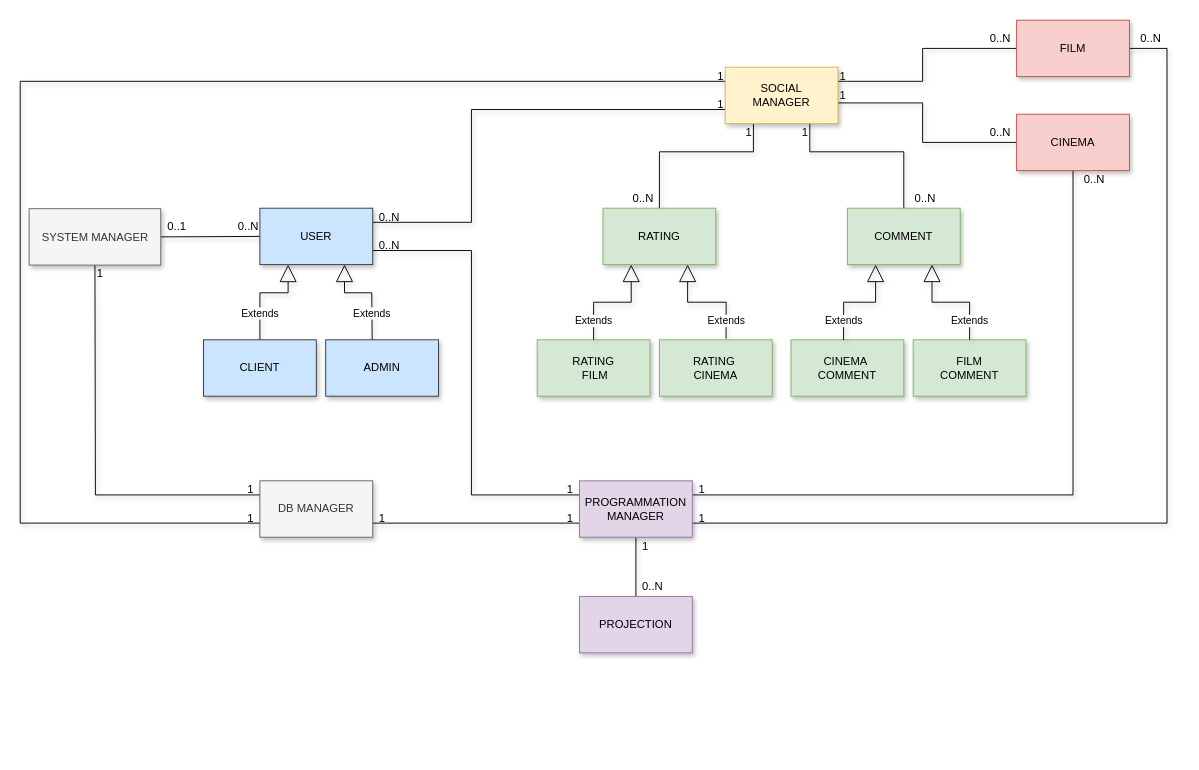
This is Task1/Class diagram.drawio from unipi-fr/LargeScaleMultiStructureDatabases, a draw.io file, before an edit. Source tidied: cells renumbered, new cells numbered last; positions are measured from the earlier drawing's top-left corner, leaving out a move shared by most shapes. Both pictures are drawn from the tidied source at 94%, with x=0, y=0 at pixel (20, 20).
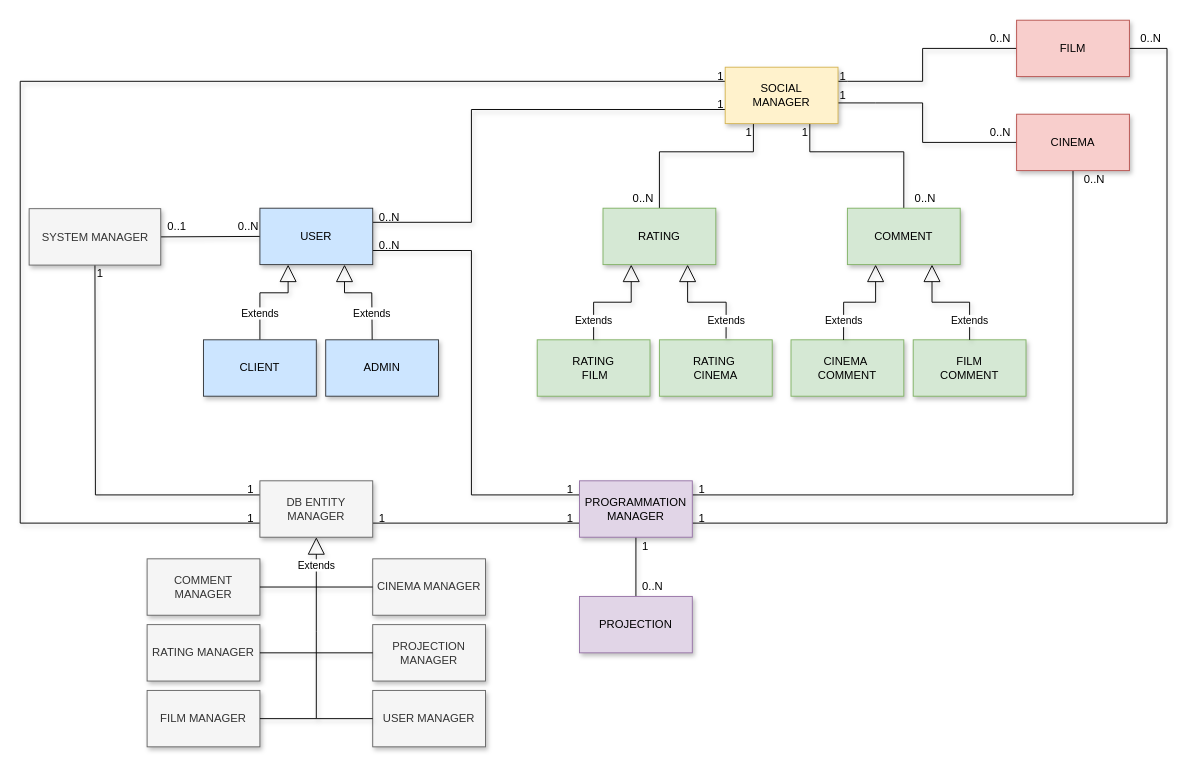
After the change.

Commit message (it also covers changes not shown here):
Modifica diagramma delle classi

The edit, as a diff of the source:
```diff
@@
-    <mxCell id="62" value="DB MANAGER" style="rounded=0;whiteSpace=wrap;html=1;fillColor=#f5f5f5;strokeColor=#666666;shadow=1;fontColor=#333333;" parent="1" vertex="1">
+    <mxCell id="62" value="DB ENTITY MANAGER" style="rounded=0;whiteSpace=wrap;html=1;fillColor=#f5f5f5;strokeColor=#666666;shadow=1;fontColor=#333333;" parent="1" vertex="1">
       <mxGeometry x="255" y="490" width="120" height="60" as="geometry" />
     </mxCell>
+    <mxCell id="63" value="USER MANAGER" style="rounded=0;whiteSpace=wrap;html=1;fillColor=#f5f5f5;strokeColor=#666666;shadow=1;fontColor=#333333;" parent="1" vertex="1">
+      <mxGeometry x="375" y="713" width="120" height="60" as="geometry" />
+    </mxCell>
+    <mxCell id="64" value="RATING MANAGER" style="rounded=0;whiteSpace=wrap;html=1;fillColor=#f5f5f5;strokeColor=#666666;shadow=1;fontColor=#333333;" parent="1" vertex="1">
+      <mxGeometry x="135" y="643" width="120" height="60" as="geometry" />
+    </mxCell>
+    <mxCell id="65" value="COMMENT MANAGER" style="rounded=0;whiteSpace=wrap;html=1;fillColor=#f5f5f5;strokeColor=#666666;shadow=1;fontColor=#333333;" parent="1" vertex="1">
+      <mxGeometry x="135" y="573" width="120" height="60" as="geometry" />
+    </mxCell>
+    <mxCell id="66" value="PROJECTION MANAGER" style="rounded=0;whiteSpace=wrap;html=1;fillColor=#f5f5f5;strokeColor=#666666;shadow=1;fontColor=#333333;" parent="1" vertex="1">
+      <mxGeometry x="375" y="643" width="120" height="60" as="geometry" />
+    </mxCell>
+    <mxCell id="67" value="FILM MANAGER" style="rounded=0;whiteSpace=wrap;html=1;fillColor=#f5f5f5;strokeColor=#666666;shadow=1;fontColor=#333333;" parent="1" vertex="1">
+      <mxGeometry x="135" y="713" width="120" height="60" as="geometry" />
+    </mxCell>
+    <mxCell id="68" value="CINEMA MANAGER" style="rounded=0;whiteSpace=wrap;html=1;fillColor=#f5f5f5;strokeColor=#666666;shadow=1;fontColor=#333333;" parent="1" vertex="1">
+      <mxGeometry x="375" y="573" width="120" height="60" as="geometry" />
+    </mxCell>
+    <mxCell id="69" value="Extends" style="endArrow=block;endSize=16;endFill=0;html=1;entryX=0.5;entryY=1;entryDx=0;entryDy=0;shadow=1;rounded=0;exitX=1;exitY=0.5;exitDx=0;exitDy=0;" parent="1" edge="1" source="67" target="62">
+      <mxGeometry x="0.76" relative="1" as="geometry">
+        <Array as="points">
+          <mxPoint x="315" y="743" />
+          <mxPoint x="315" y="650" />
+        </Array>
+      </mxGeometry>
+    </mxCell>
+    <mxCell id="70" style="endArrow=none;html=1;exitX=0;exitY=0.5;exitDx=0;exitDy=0;shadow=1;" parent="1" edge="1" source="63">
+      <mxGeometry relative="1" as="geometry">
+        <mxPoint x="315" y="743" as="targetPoint" />
+      </mxGeometry>
+    </mxCell>
+    <mxCell id="71" style="endArrow=none;html=1;exitX=0;exitY=0.5;exitDx=0;exitDy=0;shadow=1;" parent="1" edge="1" source="66">
+      <mxGeometry relative="1" as="geometry">
+        <mxPoint x="315" y="673" as="targetPoint" />
+      </mxGeometry>
+    </mxCell>
+    <mxCell id="72" style="endArrow=none;html=1;exitX=0;exitY=0.5;exitDx=0;exitDy=0;shadow=1;" parent="1" edge="1" source="68">
+      <mxGeometry relative="1" as="geometry">
+        <mxPoint x="315" y="603" as="targetPoint" />
+      </mxGeometry>
+    </mxCell>
+    <mxCell id="73" style="endArrow=none;html=1;shadow=1;entryX=1;entryY=0.5;entryDx=0;entryDy=0;" parent="1" edge="1" target="65">
+      <mxGeometry relative="1" as="geometry">
+        <mxPoint x="315" y="603" as="sourcePoint" />
+      </mxGeometry>
+    </mxCell>
+    <mxCell id="74" style="endArrow=none;html=1;exitX=0;exitY=0.5;exitDx=0;exitDy=0;shadow=1;entryX=1;entryY=0.5;entryDx=0;entryDy=0;" parent="1" edge="1" target="64">
+      <mxGeometry relative="1" as="geometry">
+        <mxPoint x="315" y="673" as="sourcePoint" />
+      </mxGeometry>
+    </mxCell>
```
